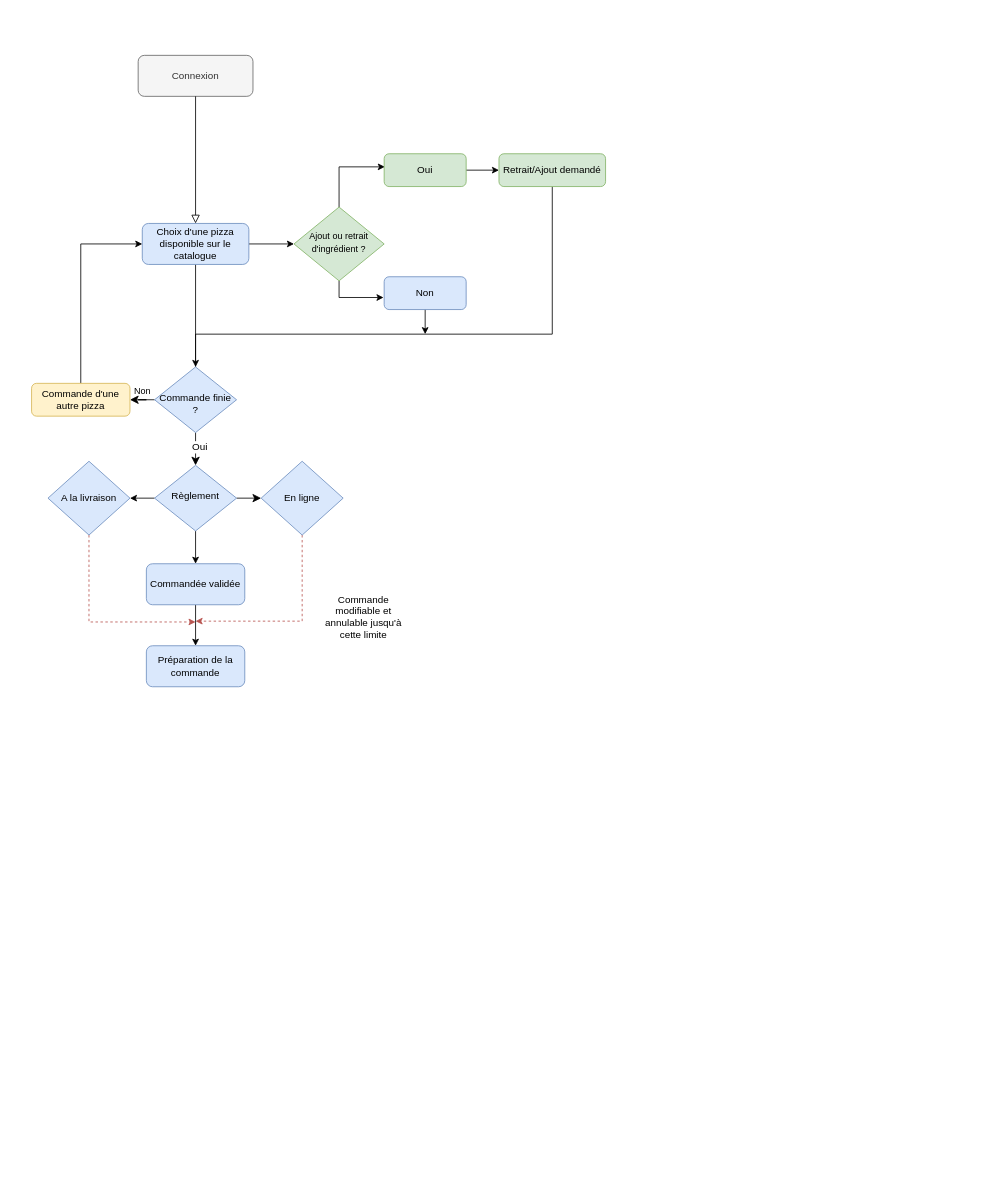
Above: Untitled Diagram.drawio in OMorlotti/P4-analyser-les-besoin-de-mon-client-pour-son-groupe-de-pizzerias (draw.io), before the change. Source tidied: cells renumbered, new cells numbered last; positions are measured from the earlier drawing's top-left corner, leaving out a move shared by most shapes. Both pictures are drawn from the tidied source at 82%, with x=0, y=0 at pixel (31, 55).
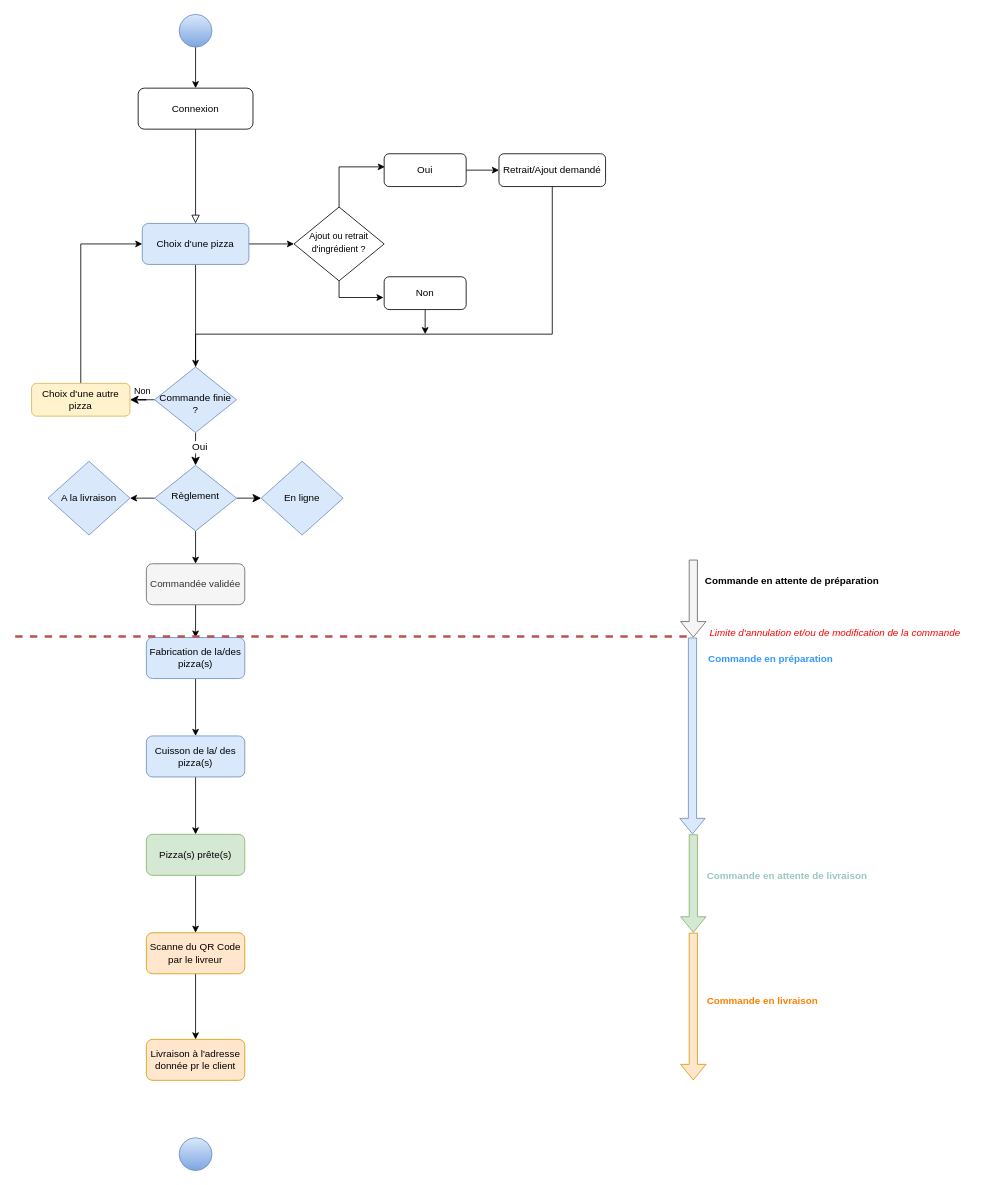
After the change.

The change refers to these unchanged cells:
```xml
<mxCell id="30" value="A la livraison" style="rhombus;whiteSpace=wrap;html=1;fillColor=#dae8fc;strokeColor=#6c8ebf;" parent="1" vertex="1">
  <mxGeometry x="20" y="495" width="100" height="90" as="geometry" />
</mxCell>
<mxCell id="32" value="En ligne" style="rhombus;whiteSpace=wrap;html=1;fillColor=#dae8fc;strokeColor=#6c8ebf;" parent="1" vertex="1">
  <mxGeometry x="280" y="495" width="100" height="90" as="geometry" />
</mxCell>
```

Diff of the diagram source:
```diff
@@
-    <mxCell id="4" value="Choix d'une pizza disponible sur le catalogue" style="rounded=1;whiteSpace=wrap;html=1;fontSize=12;glass=0;strokeWidth=1;shadow=0;fillColor=#dae8fc;strokeColor=#6c8ebf;" parent="1" vertex="1">
+    <mxCell id="4" value="Choix d'une pizza" style="rounded=1;whiteSpace=wrap;html=1;fontSize=12;glass=0;strokeWidth=1;shadow=0;fillColor=#dae8fc;strokeColor=#6c8ebf;" parent="1" vertex="1">
       <mxGeometry x="135" y="205" width="130" height="50" as="geometry" />
     </mxCell>
@@
-    <mxCell id="10" value="Commande d'une autre pizza" style="rounded=1;whiteSpace=wrap;html=1;fontSize=12;glass=0;strokeWidth=1;shadow=0;fillColor=#fff2cc;strokeColor=#d6b656;" parent="1" vertex="1">
+    <mxCell id="10" value="Choix d'une autre pizza" style="rounded=1;whiteSpace=wrap;html=1;fontSize=12;glass=0;strokeWidth=1;shadow=0;fillColor=#fff2cc;strokeColor=#d6b656;" parent="1" vertex="1">
       <mxGeometry y="400" width="120" height="40" as="geometry" />
     </mxCell>
@@
-    <mxCell id="15" value="Connexion" style="rounded=1;whiteSpace=wrap;html=1;fontSize=12;glass=0;strokeWidth=1;shadow=0;fillColor=#f5f5f5;strokeColor=#666666;fontColor=#333333;" parent="1" vertex="1">
-      <mxGeometry x="130" width="140" height="50" as="geometry" />
+    <mxCell id="15" value="Connexion" style="rounded=1;whiteSpace=wrap;html=1;fontSize=12;glass=0;strokeWidth=1;shadow=0;" parent="1" vertex="1">
+      <mxGeometry x="130" y="40" width="140" height="50" as="geometry" />
     </mxCell>
@@
-    <mxCell id="19" value="&lt;font style=&quot;font-size: 11px&quot;&gt;Ajout ou retrait d'ingrédient ?&lt;/font&gt;" style="rhombus;whiteSpace=wrap;html=1;shadow=0;fontFamily=Helvetica;fontSize=12;align=center;strokeWidth=1;spacing=6;spacingTop=-4;fillColor=#d5e8d4;strokeColor=#82b366;" parent="1" vertex="1">
+    <mxCell id="19" value="&lt;font style=&quot;font-size: 11px&quot;&gt;Ajout ou retrait d'ingrédient ?&lt;/font&gt;" style="rhombus;whiteSpace=wrap;html=1;shadow=0;fontFamily=Helvetica;fontSize=12;align=center;strokeWidth=1;spacing=6;spacingTop=-4;" parent="1" vertex="1">
       <mxGeometry x="320" y="185" width="110" height="90" as="geometry" />
     </mxCell>
@@
-    <mxCell id="22" value="Retrait/Ajout demandé" style="rounded=1;whiteSpace=wrap;html=1;fontSize=12;glass=0;strokeWidth=1;shadow=0;fillColor=#d5e8d4;strokeColor=#82b366;" parent="1" vertex="1">
+    <mxCell id="22" value="Retrait/Ajout demandé" style="rounded=1;whiteSpace=wrap;html=1;fontSize=12;glass=0;strokeWidth=1;shadow=0;" parent="1" vertex="1">
       <mxGeometry x="570" y="120" width="130" height="40" as="geometry" />
     </mxCell>
-    <mxCell id="23" value="Oui" style="rounded=1;whiteSpace=wrap;html=1;fillColor=#d5e8d4;strokeColor=#82b366;" parent="1" vertex="1">
+    <mxCell id="23" value="Oui" style="rounded=1;whiteSpace=wrap;html=1;" parent="1" vertex="1">
       <mxGeometry x="430" y="120" width="100" height="40" as="geometry" />
     </mxCell>
@@
-    <mxCell id="25" value="Non" style="rounded=1;whiteSpace=wrap;html=1;fillColor=#dae8fc;strokeColor=#6c8ebf;" parent="1" vertex="1">
+    <mxCell id="25" value="Non" style="rounded=1;whiteSpace=wrap;html=1;" parent="1" vertex="1">
       <mxGeometry x="430" y="270" width="100" height="40" as="geometry" />
     </mxCell>
@@
-    <mxCell id="27" value="Commandée validée" style="rounded=1;whiteSpace=wrap;html=1;direction=north;fillColor=#dae8fc;strokeColor=#6c8ebf;" parent="1" vertex="1">
+    <mxCell id="27" value="Commandée validée" style="rounded=1;whiteSpace=wrap;html=1;direction=north;fillColor=#f5f5f5;strokeColor=#666666;fontColor=#333333;" parent="1" vertex="1">
       <mxGeometry x="140" y="620" width="120" height="50" as="geometry" />
     </mxCell>
+    <mxCell id="34" style="edgeStyle=orthogonalEdgeStyle;rounded=0;jettySize=auto;html=1;strokeWidth=1;" parent="1" edge="1" source="28" target="36">
+      <mxGeometry relative="1" as="geometry" />
+    </mxCell>
-    <mxCell id="28" value="Préparation de la commande" style="rounded=1;whiteSpace=wrap;html=1;direction=north;fillColor=#dae8fc;strokeColor=#6c8ebf;" parent="1" vertex="1">
-      <mxGeometry x="140" y="720" width="120" height="50" as="geometry" />
+    <mxCell id="28" value="Fabrication de la/des pizza(s)" style="rounded=1;whiteSpace=wrap;html=1;direction=north;fillColor=#dae8fc;strokeColor=#6c8ebf;" parent="1" vertex="1">
+      <mxGeometry x="140" y="710" width="120" height="50" as="geometry" />
     </mxCell>
-    <mxCell id="29" style="edgeStyle=orthogonalEdgeStyle;rounded=0;jettySize=auto;html=1;exitX=0.5;exitY=1;exitDx=0;exitDy=0;dashed=1;endArrow=classic;endFill=1;fillColor=#f8cecc;strokeColor=#b85450;" parent="1" edge="1" source="30">
-      <mxGeometry relative="1" as="geometry">
-        <mxPoint x="200" y="691" as="targetPoint" />
-        <Array as="points">
-          <mxPoint x="70" y="691" />
-        </Array>
-      </mxGeometry>
-    </mxCell>
+    <mxCell id="35" style="edgeStyle=orthogonalEdgeStyle;rounded=0;jettySize=auto;html=1;strokeWidth=1;" parent="1" edge="1" source="36" target="38">
+      <mxGeometry relative="1" as="geometry" />
+    </mxCell>
+    <mxCell id="36" value="Cuisson de la/ des pizza(s)" style="rounded=1;whiteSpace=wrap;html=1;direction=north;fillColor=#dae8fc;strokeColor=#6c8ebf;" parent="1" vertex="1">
+      <mxGeometry x="140" y="830" width="120" height="50" as="geometry" />
+    </mxCell>
+    <mxCell id="37" style="edgeStyle=orthogonalEdgeStyle;rounded=0;jettySize=auto;html=1;strokeWidth=1;fontColor=#9AC7BF;" parent="1" edge="1" source="38" target="40">
+      <mxGeometry relative="1" as="geometry" />
+    </mxCell>
+    <mxCell id="38" value="Pizza(s) prête(s)" style="rounded=1;whiteSpace=wrap;html=1;direction=north;fillColor=#d5e8d4;strokeColor=#82b366;" parent="1" vertex="1">
+      <mxGeometry x="140" y="950" width="120" height="50" as="geometry" />
+    </mxCell>
+    <mxCell id="39" style="edgeStyle=orthogonalEdgeStyle;rounded=0;jettySize=auto;html=1;strokeWidth=1;fontColor=#FF8000;" parent="1" edge="1" source="40" target="41">
+      <mxGeometry relative="1" as="geometry" />
+    </mxCell>
+    <mxCell id="40" value="Scanne du QR Code par le livreur" style="rounded=1;whiteSpace=wrap;html=1;direction=north;fillColor=#ffe6cc;strokeColor=#d79b00;" parent="1" vertex="1">
+      <mxGeometry x="140" y="1070" width="120" height="50" as="geometry" />
+    </mxCell>
+    <mxCell id="41" value="Livraison à l'adresse donnée pr le client" style="rounded=1;whiteSpace=wrap;html=1;direction=north;fillColor=#ffe6cc;strokeColor=#d79b00;" parent="1" vertex="1">
+      <mxGeometry x="140" y="1200" width="120" height="50" as="geometry" />
+    </mxCell>
@@
-    <mxCell id="31" style="edgeStyle=orthogonalEdgeStyle;rounded=0;jettySize=auto;html=1;dashed=1;endArrow=classic;endFill=1;fillColor=#f8cecc;strokeColor=#b85450;" parent="1" edge="1" source="32">
-      <mxGeometry relative="1" as="geometry">
-        <mxPoint x="200" y="690" as="targetPoint" />
-        <Array as="points">
-          <mxPoint x="330" y="690" />
-        </Array>
-      </mxGeometry>
-    </mxCell>
@@
-    <mxCell id="33" value="Commande modifiable et annulable jusqu'à cette limite" style="text;html=1;strokeColor=none;fillColor=none;align=center;verticalAlign=middle;whiteSpace=wrap;rounded=0;" parent="1" vertex="1">
-      <mxGeometry x="350" y="660" width="110" height="50" as="geometry" />
+    <mxCell id="33" value="&lt;font color=&quot;#ff0000&quot;&gt;Limite d'annulation et/ou de modification de la commande&lt;/font&gt;" style="text;html=1;strokeColor=none;fillColor=none;align=center;verticalAlign=middle;whiteSpace=wrap;rounded=0;fontStyle=2;" parent="1" vertex="1">
+      <mxGeometry x="800" y="670" width="360" height="70" as="geometry" />
     </mxCell>
+    <mxCell id="42" style="edgeStyle=orthogonalEdgeStyle;rounded=0;jettySize=auto;html=1;" parent="1" edge="1" source="43" target="15">
+      <mxGeometry relative="1" as="geometry" />
+    </mxCell>
+    <mxCell id="43" style="ellipse;whiteSpace=wrap;html=1;fillColor=#dae8fc;gradientColor=#7ea6e0;strokeColor=#6c8ebf;" parent="1" vertex="1">
+      <mxGeometry x="180" y="-50" width="40" height="40" as="geometry" />
+    </mxCell>
+    <mxCell id="44" style="ellipse;whiteSpace=wrap;html=1;fillColor=#dae8fc;gradientColor=#7ea6e0;strokeColor=#6c8ebf;" parent="1" vertex="1">
+      <mxGeometry x="180" y="1320" width="40" height="40" as="geometry" />
+    </mxCell>
+    <mxCell id="45" style="shape=flexArrow;endArrow=classic;html=1;fillColor=#dae8fc;strokeColor=#6c8ebf;" parent="1" edge="1">
+      <mxGeometry relative="1" as="geometry">
+        <mxPoint x="806" y="710" as="sourcePoint" />
+        <mxPoint x="806" y="950" as="targetPoint" />
+      </mxGeometry>
+    </mxCell>
+    <mxCell id="46" value="Commande en attente de préparation" style="text;html=1;align=center;verticalAlign=middle;labelBackgroundColor=#ffffff;rotation=0;fontStyle=1;" parent="45" vertex="1">
+      <mxGeometry x="-0.73" y="4" relative="1" as="geometry">
+        <mxPoint x="116" y="-102" as="offset" />
+      </mxGeometry>
+    </mxCell>
+    <mxCell id="47" style="endArrow=none;dashed=1;html=1;fillColor=#f8cecc;strokeColor=#b85450;strokeWidth=3;" parent="1" edge="1">
+      <mxGeometry relative="1" as="geometry">
+        <mxPoint x="-20" y="708.7" as="sourcePoint" />
+        <mxPoint x="800" y="708.7" as="targetPoint" />
+      </mxGeometry>
+    </mxCell>
+    <mxCell id="48" style="shape=flexArrow;endArrow=classic;html=1;fillColor=#f5f5f5;strokeColor=#666666;" parent="1" edge="1">
+      <mxGeometry relative="1" as="geometry">
+        <mxPoint x="807" y="615" as="sourcePoint" />
+        <mxPoint x="807" y="710" as="targetPoint" />
+      </mxGeometry>
+    </mxCell>
+    <mxCell id="49" value="Commande en préparation" style="text;html=1;align=center;verticalAlign=middle;labelBackgroundColor=#ffffff;rotation=0;fontColor=#3399FF;fontStyle=1;" parent="48" vertex="1">
+      <mxGeometry x="-0.73" y="4" relative="1" as="geometry">
+        <mxPoint x="89" y="107" as="offset" />
+      </mxGeometry>
+    </mxCell>
+    <mxCell id="50" style="shape=flexArrow;endArrow=classic;html=1;fillColor=#d5e8d4;strokeColor=#82b366;" parent="1" edge="1">
+      <mxGeometry relative="1" as="geometry">
+        <mxPoint x="807" y="950" as="sourcePoint" />
+        <mxPoint x="807" y="1070" as="targetPoint" />
+      </mxGeometry>
+    </mxCell>
+    <mxCell id="51" value="Commande en attente de livraison" style="text;html=1;align=center;verticalAlign=middle;labelBackgroundColor=#ffffff;rotation=0;fontColor=#9AC7BF;fontStyle=1;" parent="50" vertex="1">
+      <mxGeometry x="0.09" y="10" relative="1" as="geometry">
+        <mxPoint x="103" y="-14.7" as="offset" />
+      </mxGeometry>
+    </mxCell>
+    <mxCell id="52" style="shape=flexArrow;endArrow=classic;html=1;fillColor=#ffe6cc;strokeColor=#d79b00;" parent="1" edge="1">
+      <mxGeometry relative="1" as="geometry">
+        <mxPoint x="807" y="1070" as="sourcePoint" />
+        <mxPoint x="807" y="1250" as="targetPoint" />
+      </mxGeometry>
+    </mxCell>
+    <mxCell id="53" value="Commande en livraison" style="text;html=1;align=center;verticalAlign=middle;labelBackgroundColor=#ffffff;rotation=0;fontColor=#FF8000;fontStyle=1;" parent="52" vertex="1">
+      <mxGeometry x="0.09" y="10" relative="1" as="geometry">
+        <mxPoint x="73" y="-15.3" as="offset" />
+      </mxGeometry>
+    </mxCell>
```
